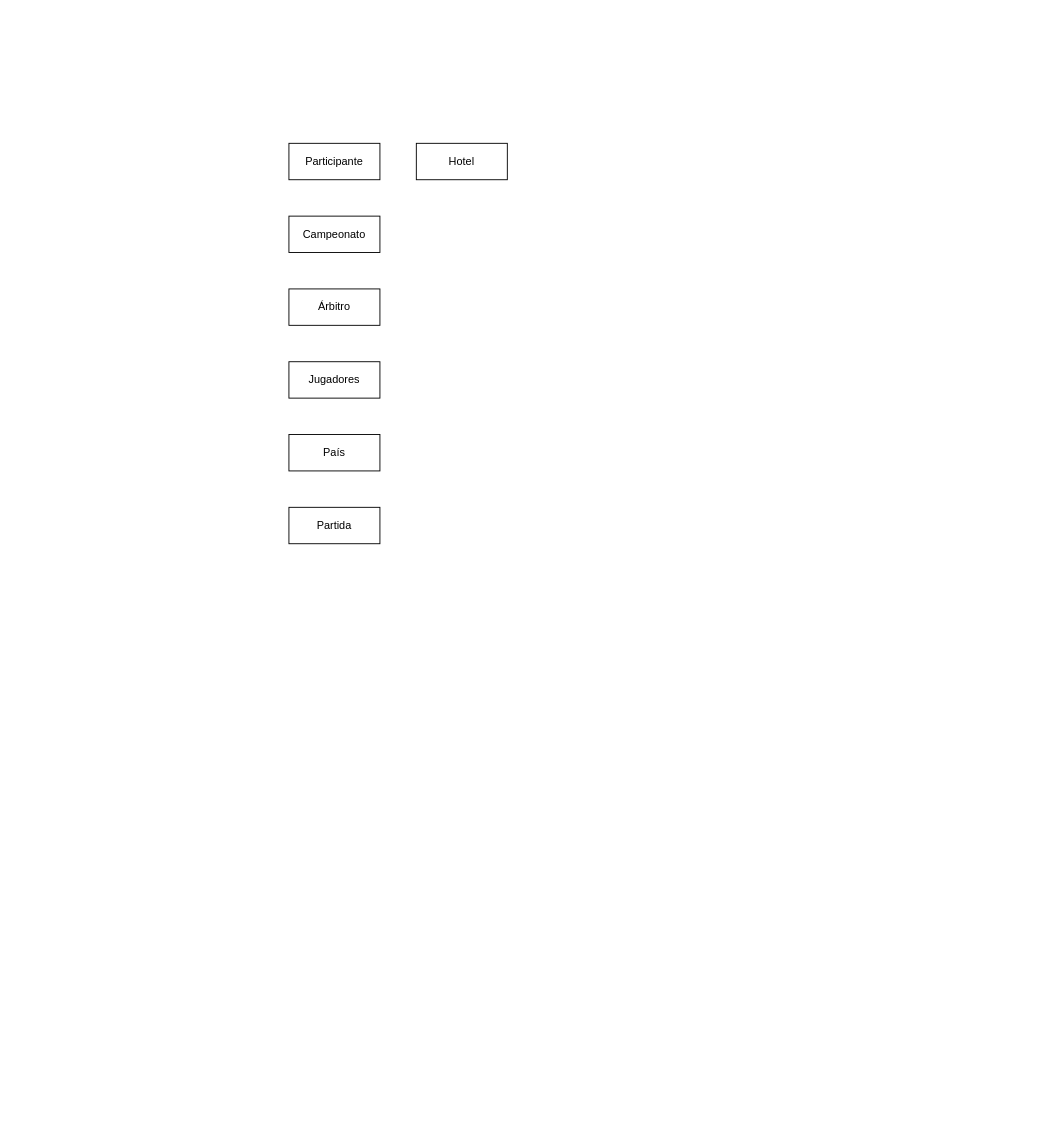
Earlier version of the draw.io diagram Tarea_entregable2.drawio (GRMiguelAngel/Base-Datos). Source tidied: cells renumbered, new cells numbered last; positions are measured from the earlier drawing's top-left corner, leaving out a move shared by most shapes. Both pictures are drawn from the tidied source at 91%, with x=0, y=0 at pixel (288, 143).
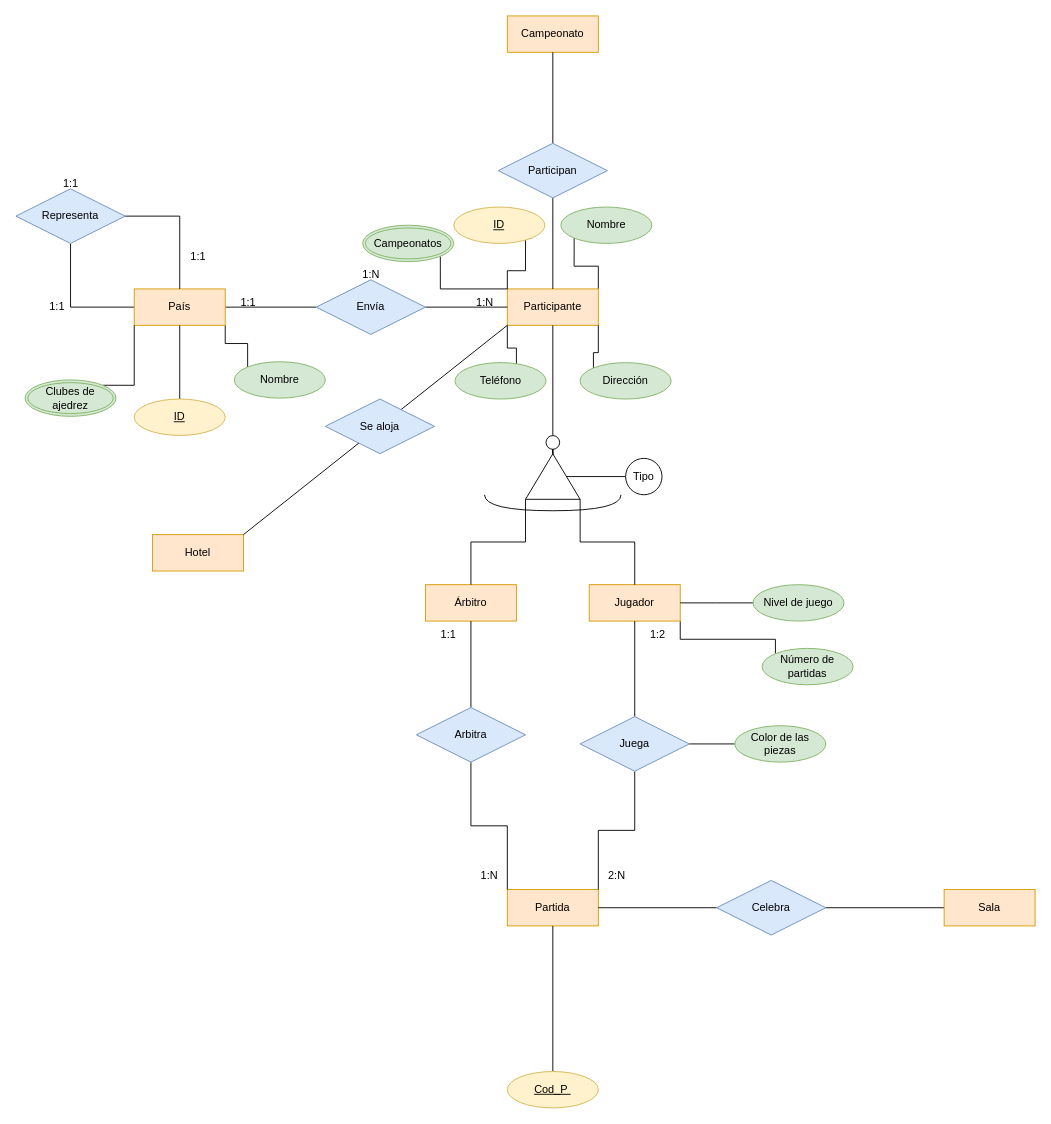
The same diagram, later.

What changed in the source:
```diff
@@
-    <mxCell id="2" value="Campeonato" style="whiteSpace=wrap;html=1;align=center;" parent="1" vertex="1">
-      <mxGeometry y="80" width="100" height="40" as="geometry" />
+    <mxCell id="2" value="Campeonato" style="whiteSpace=wrap;html=1;align=center;fillColor=#ffe6cc;strokeColor=#d79b00;" parent="1" vertex="1">
+      <mxGeometry x="240" y="-140" width="100" height="40" as="geometry" />
     </mxCell>
+    <mxCell id="9" style="edgeStyle=orthogonalEdgeStyle;rounded=0;jettySize=auto;html=1;exitX=1;exitY=0;exitDx=0;exitDy=0;entryX=0;entryY=1;entryDx=0;entryDy=0;endArrow=none;endFill=0;" parent="1" edge="1" source="3" target="38">
+      <mxGeometry relative="1" as="geometry" />
+    </mxCell>
-    <mxCell id="3" value="Participante" style="whiteSpace=wrap;html=1;align=center;" parent="1" vertex="1">
-      <mxGeometry width="100" height="40" as="geometry" />
+    <mxCell id="3" value="Participante" style="whiteSpace=wrap;html=1;align=center;fillColor=#ffe6cc;strokeColor=#d79b00;" parent="1" vertex="1">
+      <mxGeometry x="240" y="160" width="100" height="40" as="geometry" />
     </mxCell>
+    <mxCell id="10" style="edgeStyle=orthogonalEdgeStyle;rounded=0;jettySize=auto;html=1;exitX=1;exitY=1;exitDx=0;exitDy=0;entryX=0;entryY=0;entryDx=0;entryDy=0;endArrow=none;endFill=0;" parent="1" edge="1" source="4" target="71">
+      <mxGeometry relative="1" as="geometry">
+        <Array as="points">
+          <mxPoint x="430" y="545" />
+          <mxPoint x="535" y="545" />
+        </Array>
+      </mxGeometry>
+    </mxCell>
-    <mxCell id="4" value="Jugadores" style="whiteSpace=wrap;html=1;align=center;" parent="1" vertex="1">
-      <mxGeometry y="240" width="100" height="40" as="geometry" />
+    <mxCell id="4" value="Jugador" style="whiteSpace=wrap;html=1;align=center;fillColor=#ffe6cc;strokeColor=#d79b00;" parent="1" vertex="1">
+      <mxGeometry x="330" y="485" width="100" height="40" as="geometry" />
     </mxCell>
-    <mxCell id="5" value="Árbitro" style="whiteSpace=wrap;html=1;align=center;" parent="1" vertex="1">
-      <mxGeometry y="160" width="100" height="40" as="geometry" />
+    <mxCell id="5" value="Árbitro" style="whiteSpace=wrap;html=1;align=center;fillColor=#ffe6cc;strokeColor=#d79b00;" parent="1" vertex="1">
+      <mxGeometry x="150" y="485" width="100" height="40" as="geometry" />
     </mxCell>
+    <mxCell id="11" style="edgeStyle=orthogonalEdgeStyle;rounded=0;jettySize=auto;html=1;entryX=0;entryY=0.5;entryDx=0;entryDy=0;endArrow=none;endFill=0;" parent="1" edge="1" source="6" target="27">
+      <mxGeometry relative="1" as="geometry" />
+    </mxCell>
+    <mxCell id="12" style="edgeStyle=orthogonalEdgeStyle;rounded=0;jettySize=auto;html=1;entryX=0.5;entryY=1;entryDx=0;entryDy=0;endArrow=none;endFill=0;" parent="1" edge="1" source="6" target="29">
+      <mxGeometry relative="1" as="geometry" />
+    </mxCell>
+    <mxCell id="13" style="edgeStyle=orthogonalEdgeStyle;rounded=0;jettySize=auto;html=1;exitX=1;exitY=1;exitDx=0;exitDy=0;entryX=0;entryY=0;entryDx=0;entryDy=0;endArrow=none;endFill=0;" parent="1" edge="1" source="6" target="55">
+      <mxGeometry relative="1" as="geometry" />
+    </mxCell>
-    <mxCell id="6" value="País" style="whiteSpace=wrap;html=1;align=center;" parent="1" vertex="1">
-      <mxGeometry y="320" width="100" height="40" as="geometry" />
+    <mxCell id="6" value="País" style="whiteSpace=wrap;html=1;align=center;fillColor=#ffe6cc;strokeColor=#d79b00;" parent="1" vertex="1">
+      <mxGeometry x="-170" y="160" width="100" height="40" as="geometry" />
     </mxCell>
-    <mxCell id="7" value="Partida" style="whiteSpace=wrap;html=1;align=center;" parent="1" vertex="1">
-      <mxGeometry y="400" width="100" height="40" as="geometry" />
+    <mxCell id="7" value="Partida" style="whiteSpace=wrap;html=1;align=center;fillColor=#ffe6cc;strokeColor=#d79b00;" parent="1" vertex="1">
+      <mxGeometry x="240" y="820" width="100" height="40" as="geometry" />
     </mxCell>
-    <mxCell id="8" value="Hotel" style="whiteSpace=wrap;html=1;align=center;" parent="1" vertex="1">
-      <mxGeometry x="140" width="100" height="40" as="geometry" />
+    <mxCell id="8" value="Hotel" style="whiteSpace=wrap;html=1;align=center;fillColor=#ffe6cc;strokeColor=#d79b00;" parent="1" vertex="1">
+      <mxGeometry x="-150" y="430" width="100" height="40" as="geometry" />
     </mxCell>
+    <mxCell id="14" style="edgeStyle=orthogonalEdgeStyle;rounded=0;jettySize=auto;html=1;exitX=0.5;exitY=1;exitDx=0;exitDy=0;entryX=0.5;entryY=0;entryDx=0;entryDy=0;endArrow=none;endFill=0;" parent="1" edge="1" source="16" target="3">
+      <mxGeometry relative="1" as="geometry" />
+    </mxCell>
+    <mxCell id="15" style="edgeStyle=orthogonalEdgeStyle;rounded=0;jettySize=auto;html=1;exitX=0.5;exitY=0;exitDx=0;exitDy=0;entryX=0.5;entryY=1;entryDx=0;entryDy=0;endArrow=none;endFill=0;" parent="1" edge="1" source="16" target="2">
+      <mxGeometry relative="1" as="geometry" />
+    </mxCell>
+    <mxCell id="16" value="Participan" style="shape=rhombus;perimeter=rhombusPerimeter;whiteSpace=wrap;html=1;align=center;fillColor=#dae8fc;strokeColor=#6c8ebf;" parent="1" vertex="1">
+      <mxGeometry x="230" width="120" height="60" as="geometry" />
+    </mxCell>
+    <mxCell id="17" style="edgeStyle=orthogonalEdgeStyle;rounded=0;jettySize=auto;html=1;entryX=0.5;entryY=1;entryDx=0;entryDy=0;endArrow=none;endFill=0;" parent="1" edge="1" source="20" target="22">
+      <mxGeometry relative="1" as="geometry" />
+    </mxCell>
+    <mxCell id="18" style="edgeStyle=orthogonalEdgeStyle;rounded=0;jettySize=auto;html=1;exitX=0;exitY=1;exitDx=0;exitDy=0;exitPerimeter=0;entryX=0.5;entryY=0;entryDx=0;entryDy=0;endArrow=none;endFill=0;" parent="1" edge="1" source="20" target="5">
+      <mxGeometry relative="1" as="geometry" />
+    </mxCell>
+    <mxCell id="19" style="edgeStyle=orthogonalEdgeStyle;rounded=0;jettySize=auto;html=1;exitX=1;exitY=1;exitDx=0;exitDy=0;exitPerimeter=0;entryX=0.5;entryY=0;entryDx=0;entryDy=0;endArrow=none;endFill=0;" parent="1" edge="1" source="20" target="4">
+      <mxGeometry relative="1" as="geometry" />
+    </mxCell>
+    <mxCell id="20" style="verticalLabelPosition=bottom;verticalAlign=top;html=1;shape=mxgraph.basic.acute_triangle;dx=0.5;" parent="1" vertex="1">
+      <mxGeometry x="260" y="341.2" width="60" height="50" as="geometry" />
+    </mxCell>
+    <mxCell id="21" style="edgeStyle=orthogonalEdgeStyle;rounded=0;jettySize=auto;html=1;entryX=0.5;entryY=1;entryDx=0;entryDy=0;endArrow=none;endFill=0;" parent="1" edge="1" source="22" target="3">
+      <mxGeometry relative="1" as="geometry" />
+    </mxCell>
+    <mxCell id="22" style="ellipse;whiteSpace=wrap;html=1;" parent="1" vertex="1">
+      <mxGeometry x="282.5" y="321.2" width="15" height="15" as="geometry" />
+    </mxCell>
+    <mxCell id="23" style="shape=requiredInterface;html=1;verticalLabelPosition=bottom;sketch=0;rotation=90;" parent="1" vertex="1">
+      <mxGeometry x="281.2" y="320" width="17.5" height="150" as="geometry" />
+    </mxCell>
+    <mxCell id="24" value="Tipo" style="ellipse;whiteSpace=wrap;html=1;" parent="1" vertex="1">
+      <mxGeometry x="370" y="346.2" width="40" height="40" as="geometry" />
+    </mxCell>
+    <mxCell id="25" style="edgeStyle=orthogonalEdgeStyle;rounded=0;jettySize=auto;html=1;entryX=0;entryY=0;entryDx=45;entryDy=25;entryPerimeter=0;endArrow=none;endFill=0;" parent="1" edge="1" source="24" target="20">
+      <mxGeometry relative="1" as="geometry" />
+    </mxCell>
+    <mxCell id="26" style="edgeStyle=orthogonalEdgeStyle;rounded=0;jettySize=auto;html=1;exitX=1;exitY=0.5;exitDx=0;exitDy=0;entryX=0;entryY=0.5;entryDx=0;entryDy=0;endArrow=none;endFill=0;" parent="1" edge="1" source="27" target="3">
+      <mxGeometry relative="1" as="geometry" />
+    </mxCell>
+    <mxCell id="27" value="Envía" style="shape=rhombus;perimeter=rhombusPerimeter;whiteSpace=wrap;html=1;align=center;fillColor=#dae8fc;strokeColor=#6c8ebf;" parent="1" vertex="1">
+      <mxGeometry x="30" y="150" width="120" height="60" as="geometry" />
+    </mxCell>
+    <mxCell id="28" style="edgeStyle=orthogonalEdgeStyle;rounded=0;jettySize=auto;html=1;entryX=0.5;entryY=0;entryDx=0;entryDy=0;endArrow=none;endFill=0;" parent="1" edge="1" source="29" target="6">
+      <mxGeometry relative="1" as="geometry" />
+    </mxCell>
+    <mxCell id="29" value="Representa" style="shape=rhombus;perimeter=rhombusPerimeter;whiteSpace=wrap;html=1;align=center;fillColor=#dae8fc;strokeColor=#6c8ebf;" parent="1" vertex="1">
+      <mxGeometry x="-300" y="50" width="120" height="60" as="geometry" />
+    </mxCell>
+    <mxCell id="30" style="endArrow=none;html=1;rounded=0;exitX=1;exitY=0;exitDx=0;exitDy=0;entryX=0;entryY=1;entryDx=0;entryDy=0;" parent="1" edge="1" source="8" target="3">
+      <mxGeometry relative="1" as="geometry" />
+    </mxCell>
+    <mxCell id="31" value="Se aloja" style="shape=rhombus;perimeter=rhombusPerimeter;whiteSpace=wrap;html=1;align=center;fillColor=#dae8fc;strokeColor=#6c8ebf;" parent="1" vertex="1">
+      <mxGeometry x="40" y="281" width="120" height="60" as="geometry" />
+    </mxCell>
+    <mxCell id="32" style="edgeStyle=orthogonalEdgeStyle;rounded=0;jettySize=auto;html=1;entryX=1;entryY=0.5;entryDx=0;entryDy=0;endArrow=none;endFill=0;" parent="1" edge="1" source="33" target="7">
+      <mxGeometry relative="1" as="geometry" />
+    </mxCell>
+    <mxCell id="33" value="Celebra" style="shape=rhombus;perimeter=rhombusPerimeter;whiteSpace=wrap;html=1;align=center;fillColor=#dae8fc;strokeColor=#6c8ebf;" parent="1" vertex="1">
+      <mxGeometry x="470" y="810" width="120" height="60" as="geometry" />
+    </mxCell>
+    <mxCell id="34" style="edgeStyle=orthogonalEdgeStyle;rounded=0;jettySize=auto;html=1;entryX=1;entryY=0.5;entryDx=0;entryDy=0;endArrow=none;endFill=0;" parent="1" edge="1" source="35" target="33">
+      <mxGeometry relative="1" as="geometry" />
+    </mxCell>
+    <mxCell id="35" value="Sala" style="whiteSpace=wrap;html=1;align=center;fillColor=#ffe6cc;strokeColor=#d79b00;" parent="1" vertex="1">
+      <mxGeometry x="720" y="820" width="100" height="40" as="geometry" />
+    </mxCell>
+    <mxCell id="36" style="edgeStyle=orthogonalEdgeStyle;rounded=0;jettySize=auto;html=1;exitX=1;exitY=1;exitDx=0;exitDy=0;entryX=0;entryY=0;entryDx=0;entryDy=0;endArrow=none;endFill=0;" parent="1" edge="1" source="37" target="3">
+      <mxGeometry relative="1" as="geometry">
+        <Array as="points">
+          <mxPoint x="260" y="104" />
+          <mxPoint x="260" y="140" />
+          <mxPoint x="240" y="140" />
+        </Array>
+      </mxGeometry>
+    </mxCell>
+    <mxCell id="37" value="ID" style="ellipse;whiteSpace=wrap;html=1;align=center;fontStyle=4;fillColor=#fff2cc;strokeColor=#d6b656;" parent="1" vertex="1">
+      <mxGeometry x="181.2" y="70" width="100" height="40" as="geometry" />
+    </mxCell>
+    <mxCell id="38" value="Nombre" style="ellipse;whiteSpace=wrap;html=1;align=center;fillColor=#d5e8d4;strokeColor=#82b366;" parent="1" vertex="1">
+      <mxGeometry x="298.8" y="70" width="100" height="40" as="geometry" />
+    </mxCell>
+    <mxCell id="39" style="edgeStyle=orthogonalEdgeStyle;rounded=0;jettySize=auto;html=1;exitX=0;exitY=0;exitDx=0;exitDy=0;entryX=1;entryY=1;entryDx=0;entryDy=0;endArrow=none;endFill=0;" parent="1" edge="1" source="40" target="3">
+      <mxGeometry relative="1" as="geometry">
+        <Array as="points">
+          <mxPoint x="335" y="230" />
+          <mxPoint x="340" y="230" />
+        </Array>
+      </mxGeometry>
+    </mxCell>
+    <mxCell id="40" value="Dirección" style="ellipse;whiteSpace=wrap;html=1;align=center;fillColor=#d5e8d4;strokeColor=#82b366;" parent="1" vertex="1">
+      <mxGeometry x="320" y="241" width="100" height="40" as="geometry" />
+    </mxCell>
+    <mxCell id="41" style="edgeStyle=orthogonalEdgeStyle;rounded=0;jettySize=auto;html=1;exitX=0.5;exitY=0;exitDx=0;exitDy=0;entryX=0;entryY=1;entryDx=0;entryDy=0;endArrow=none;endFill=0;" parent="1" edge="1" source="42" target="3">
+      <mxGeometry relative="1" as="geometry">
+        <Array as="points">
+          <mxPoint x="233" y="260" />
+          <mxPoint x="250" y="260" />
+          <mxPoint x="250" y="225" />
+          <mxPoint x="240" y="225" />
+        </Array>
+      </mxGeometry>
+    </mxCell>
+    <mxCell id="42" value="Teléfono" style="ellipse;whiteSpace=wrap;html=1;align=center;fillColor=#d5e8d4;strokeColor=#82b366;" parent="1" vertex="1">
+      <mxGeometry x="182.5" y="241" width="100" height="40" as="geometry" />
+    </mxCell>
+    <mxCell id="43" style="edgeStyle=orthogonalEdgeStyle;rounded=0;jettySize=auto;html=1;exitX=1;exitY=1;exitDx=0;exitDy=0;entryX=0;entryY=0;entryDx=0;entryDy=0;endArrow=none;endFill=0;" parent="1" edge="1" source="44" target="3">
+      <mxGeometry relative="1" as="geometry">
+        <Array as="points">
+          <mxPoint x="166" y="160" />
+        </Array>
+      </mxGeometry>
+    </mxCell>
+    <mxCell id="44" value="Campeonatos" style="ellipse;shape=doubleEllipse;margin=3;whiteSpace=wrap;html=1;align=center;fillColor=#d5e8d4;strokeColor=#82b366;" parent="1" vertex="1">
+      <mxGeometry x="81" y="90" width="100" height="40" as="geometry" />
+    </mxCell>
+    <mxCell id="45" style="edgeStyle=orthogonalEdgeStyle;rounded=0;jettySize=auto;html=1;entryX=1;entryY=0.5;entryDx=0;entryDy=0;endArrow=none;endFill=0;" parent="1" edge="1" source="46" target="4">
+      <mxGeometry relative="1" as="geometry">
+        <Array as="points">
+          <mxPoint x="470" y="505" />
+          <mxPoint x="470" y="505" />
+        </Array>
+      </mxGeometry>
+    </mxCell>
+    <mxCell id="46" value="Nivel de juego" style="ellipse;whiteSpace=wrap;html=1;align=center;fillColor=#d5e8d4;strokeColor=#82b366;" parent="1" vertex="1">
+      <mxGeometry x="510" y="485" width="100" height="40" as="geometry" />
+    </mxCell>
+    <mxCell id="47" value="1:N" style="text;html=1;align=center;verticalAlign=middle;strokeColor=none;fillColor=none;" parent="1" vertex="1">
+      <mxGeometry x="195" y="160" width="40" height="30" as="geometry" />
+    </mxCell>
+    <mxCell id="48" value="1:1" style="text;html=1;align=center;verticalAlign=middle;strokeColor=none;fillColor=none;" parent="1" vertex="1">
+      <mxGeometry x="-65" y="160" width="40" height="30" as="geometry" />
+    </mxCell>
+    <mxCell id="49" value="1:N" style="text;html=1;align=center;verticalAlign=middle;strokeColor=none;fillColor=none;" parent="1" vertex="1">
+      <mxGeometry x="70" y="130" width="40" height="30" as="geometry" />
+    </mxCell>
+    <mxCell id="50" value="1:1" style="text;html=1;align=center;verticalAlign=middle;strokeColor=none;fillColor=none;" parent="1" vertex="1">
+      <mxGeometry x="-120" y="110" width="40" height="30" as="geometry" />
+    </mxCell>
+    <mxCell id="51" value="1:1" style="text;html=1;align=center;verticalAlign=middle;strokeColor=none;fillColor=none;" parent="1" vertex="1">
+      <mxGeometry x="-275" y="165" width="40" height="30" as="geometry" />
+    </mxCell>
+    <mxCell id="52" value="1:1" style="text;html=1;align=center;verticalAlign=middle;strokeColor=none;fillColor=none;rotation=0;" parent="1" vertex="1">
+      <mxGeometry x="-260" y="30" width="40" height="30" as="geometry" />
+    </mxCell>
+    <mxCell id="53" style="edgeStyle=orthogonalEdgeStyle;rounded=0;jettySize=auto;html=1;entryX=0.5;entryY=1;entryDx=0;entryDy=0;endArrow=none;endFill=0;" parent="1" edge="1" source="54" target="6">
+      <mxGeometry relative="1" as="geometry" />
+    </mxCell>
+    <mxCell id="54" value="ID" style="whiteSpace=wrap;html=1;align=center;fillColor=#fff2cc;strokeColor=#d6b656;shape=ellipse;perimeter=ellipsePerimeter;fontStyle=4;" parent="1" vertex="1">
+      <mxGeometry x="-170" y="281" width="100" height="40" as="geometry" />
+    </mxCell>
+    <mxCell id="55" value="Nombre" style="ellipse;whiteSpace=wrap;html=1;align=center;fillColor=#d5e8d4;strokeColor=#82b366;" parent="1" vertex="1">
+      <mxGeometry x="-60" y="240" width="100" height="40" as="geometry" />
+    </mxCell>
+    <mxCell id="56" style="edgeStyle=orthogonalEdgeStyle;rounded=0;jettySize=auto;html=1;exitX=1;exitY=0;exitDx=0;exitDy=0;entryX=0;entryY=1;entryDx=0;entryDy=0;endArrow=none;endFill=0;" parent="1" edge="1" source="57" target="6">
+      <mxGeometry relative="1" as="geometry" />
+    </mxCell>
+    <mxCell id="57" value="Clubes de ajedrez" style="ellipse;shape=doubleEllipse;margin=3;whiteSpace=wrap;html=1;align=center;fillColor=#d5e8d4;strokeColor=#82b366;" parent="1" vertex="1">
+      <mxGeometry x="-290" y="260" width="100" height="40" as="geometry" />
+    </mxCell>
+    <mxCell id="58" style="edgeStyle=orthogonalEdgeStyle;rounded=0;jettySize=auto;html=1;endArrow=none;endFill=0;entryX=0.5;entryY=1;entryDx=0;entryDy=0;" parent="1" edge="1" source="59" target="7">
+      <mxGeometry relative="1" as="geometry" />
+    </mxCell>
+    <mxCell id="59" value="Cod_P&amp;nbsp;" style="whiteSpace=wrap;html=1;align=center;shape=ellipse;perimeter=ellipsePerimeter;fontStyle=4;fillColor=#fff2cc;strokeColor=#d6b656;" parent="1" vertex="1">
+      <mxGeometry x="240" y="1020" width="100" height="40" as="geometry" />
+    </mxCell>
+    <mxCell id="60" style="edgeStyle=orthogonalEdgeStyle;rounded=0;jettySize=auto;html=1;entryX=0.5;entryY=1;entryDx=0;entryDy=0;endArrow=none;endFill=0;" parent="1" edge="1" source="63" target="4">
+      <mxGeometry relative="1" as="geometry" />
+    </mxCell>
+    <mxCell id="61" style="edgeStyle=orthogonalEdgeStyle;rounded=0;jettySize=auto;html=1;exitX=0.5;exitY=1;exitDx=0;exitDy=0;entryX=1;entryY=0;entryDx=0;entryDy=0;endArrow=none;endFill=0;" parent="1" edge="1" source="63" target="7">
+      <mxGeometry relative="1" as="geometry" />
+    </mxCell>
+    <mxCell id="62" style="edgeStyle=orthogonalEdgeStyle;rounded=0;jettySize=auto;html=1;endArrow=none;endFill=0;" parent="1" edge="1" source="63">
+      <mxGeometry relative="1" as="geometry">
+        <mxPoint x="490" y="660" as="targetPoint" />
+      </mxGeometry>
+    </mxCell>
+    <mxCell id="63" value="Juega" style="shape=rhombus;perimeter=rhombusPerimeter;whiteSpace=wrap;html=1;align=center;fillColor=#dae8fc;strokeColor=#6c8ebf;" parent="1" vertex="1">
+      <mxGeometry x="320" y="630" width="120" height="60" as="geometry" />
+    </mxCell>
+    <mxCell id="64" value="2:N" style="text;html=1;align=center;verticalAlign=middle;strokeColor=none;fillColor=none;" parent="1" vertex="1">
+      <mxGeometry x="340" y="790" width="40" height="30" as="geometry" />
+    </mxCell>
+    <mxCell id="65" style="edgeStyle=orthogonalEdgeStyle;rounded=0;jettySize=auto;html=1;entryX=0.5;entryY=1;entryDx=0;entryDy=0;endArrow=none;endFill=0;" parent="1" edge="1" source="67" target="5">
+      <mxGeometry relative="1" as="geometry" />
+    </mxCell>
+    <mxCell id="66" style="edgeStyle=orthogonalEdgeStyle;rounded=0;jettySize=auto;html=1;exitX=0.5;exitY=1;exitDx=0;exitDy=0;entryX=0;entryY=0;entryDx=0;entryDy=0;endArrow=none;endFill=0;" parent="1" edge="1" source="67" target="7">
+      <mxGeometry relative="1" as="geometry" />
+    </mxCell>
+    <mxCell id="67" value="Arbitra" style="shape=rhombus;perimeter=rhombusPerimeter;whiteSpace=wrap;html=1;align=center;fillColor=#dae8fc;strokeColor=#6c8ebf;" parent="1" vertex="1">
+      <mxGeometry x="140" y="620" width="120" height="60" as="geometry" />
+    </mxCell>
+    <mxCell id="68" value="1:N" style="text;html=1;align=center;verticalAlign=middle;strokeColor=none;fillColor=none;" parent="1" vertex="1">
+      <mxGeometry x="200" y="790" width="40" height="30" as="geometry" />
+    </mxCell>
+    <mxCell id="69" value="1:1" style="text;html=1;align=center;verticalAlign=middle;strokeColor=none;fillColor=none;" parent="1" vertex="1">
+      <mxGeometry x="155" y="525" width="40" height="30" as="geometry" />
+    </mxCell>
+    <mxCell id="70" value="1:2" style="text;html=1;align=center;verticalAlign=middle;strokeColor=none;fillColor=none;" parent="1" vertex="1">
+      <mxGeometry x="385" y="525" width="40" height="30" as="geometry" />
+    </mxCell>
+    <mxCell id="71" value="Número de partidas" style="ellipse;whiteSpace=wrap;html=1;align=center;fillColor=#d5e8d4;strokeColor=#82b366;" parent="1" vertex="1">
+      <mxGeometry x="520" y="555" width="100" height="40" as="geometry" />
+    </mxCell>
+    <mxCell id="72" value="Color de las piezas" style="ellipse;whiteSpace=wrap;html=1;align=center;fillColor=#d5e8d4;strokeColor=#82b366;" parent="1" vertex="1">
+      <mxGeometry x="490" y="640" width="100" height="40" as="geometry" />
+    </mxCell>
```
